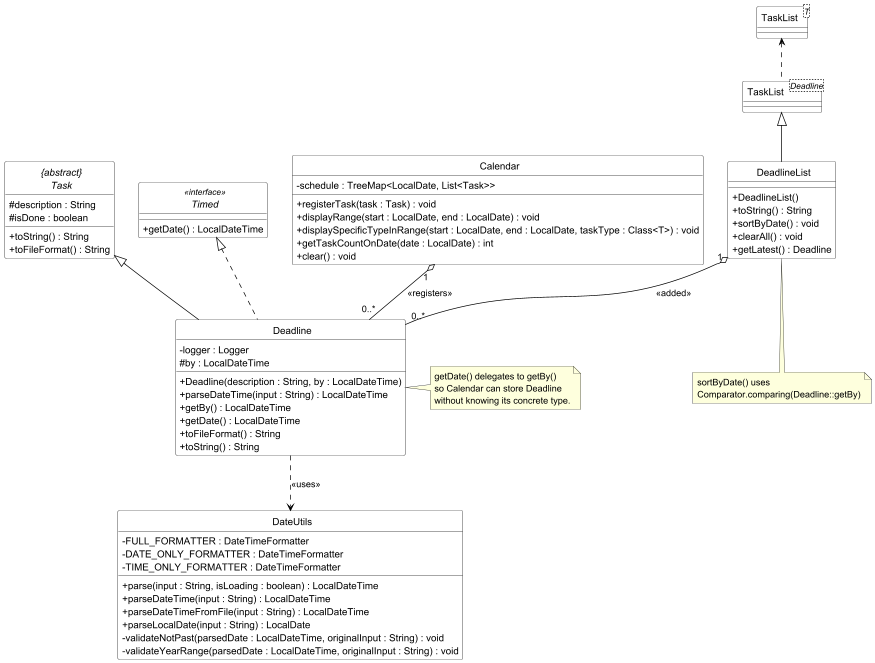
Above: docs/pictures/deadlineClassDiagram.png in WenJunYu5984/tp (PlantUML), before the change. Its diagram source:
```plantuml
@startuml DeadlineClassDiagram
skinparam classAttributeIconSize 0
skinparam CircledCharacterFontSize 0
skinparam CircledCharacterRadius 0
skinparam class {
    BackgroundColor White
    BorderColor Black
    ArrowColor Black
}

interface Timed <<interface>> {
    + getDate() : LocalDateTime
}

abstract class "{abstract}\nTask" as Task{
    # description : String
    # isDone : boolean
    + toString() : String
    + toFileFormat() : String
}

class Deadline {
    - logger : Logger
    # by : LocalDateTime
    + Deadline(description : String, by : LocalDateTime)
    + parseDateTime(input : String) : LocalDateTime
    + getBy() : LocalDateTime
    + getDate() : LocalDateTime
    + toFileFormat() : String
    + toString() : String
}

class DeadlineList {
    + DeadlineList()
    + toString() : String
    + sortByDate() : void
    + clearAll() : void
    + getLatest() : Deadline
}

class "TaskList<T>" as TaskListT {
}

class "TaskList<Deadline>" as TaskListDeadline {
}


class DateUtils {
    - FULL_FORMATTER : DateTimeFormatter
    - DATE_ONLY_FORMATTER : DateTimeFormatter
    - TIME_ONLY_FORMATTER : DateTimeFormatter
    + parse(input : String, isLoading : boolean) : LocalDateTime
    + parseDateTime(input : String) : LocalDateTime
    + parseDateTimeFromFile(input : String) : LocalDateTime
    + parseLocalDate(input : String) : LocalDate
    - validateNotPast(parsedDate : LocalDateTime, originalInput : String) : void
    - validateYearRange(parsedDate : LocalDateTime, originalInput : String) : void
}

class Calendar {
    - schedule : TreeMap<LocalDate, List<Task>>
    + registerTask(task : Task) : void
    + displayRange(start : LocalDate, end : LocalDate) : void
    + displaySpecificTypeInRange(start : LocalDate, end : LocalDate, taskType : Class<T>) : void
    + getTaskCountOnDate(date : LocalDate) : int
    + clear() : void
}

Task <|-- Deadline
Timed <|.. Deadline
TaskListT <.. TaskListDeadline
TaskListDeadline <|-- DeadlineList
DeadlineList "1" o-- "0..*" Deadline : <<added>>
Deadline ..> DateUtils : <<uses>>
Calendar "1" o-- "0..*" Deadline : <<registers>>

note right of Deadline
  getDate() delegates to getBy()
  so Calendar can store Deadline
  without knowing its concrete type.
end note

note bottom of DeadlineList
  sortByDate() uses
  Comparator.comparing(Deadline::getBy)
end note

@enduml
```
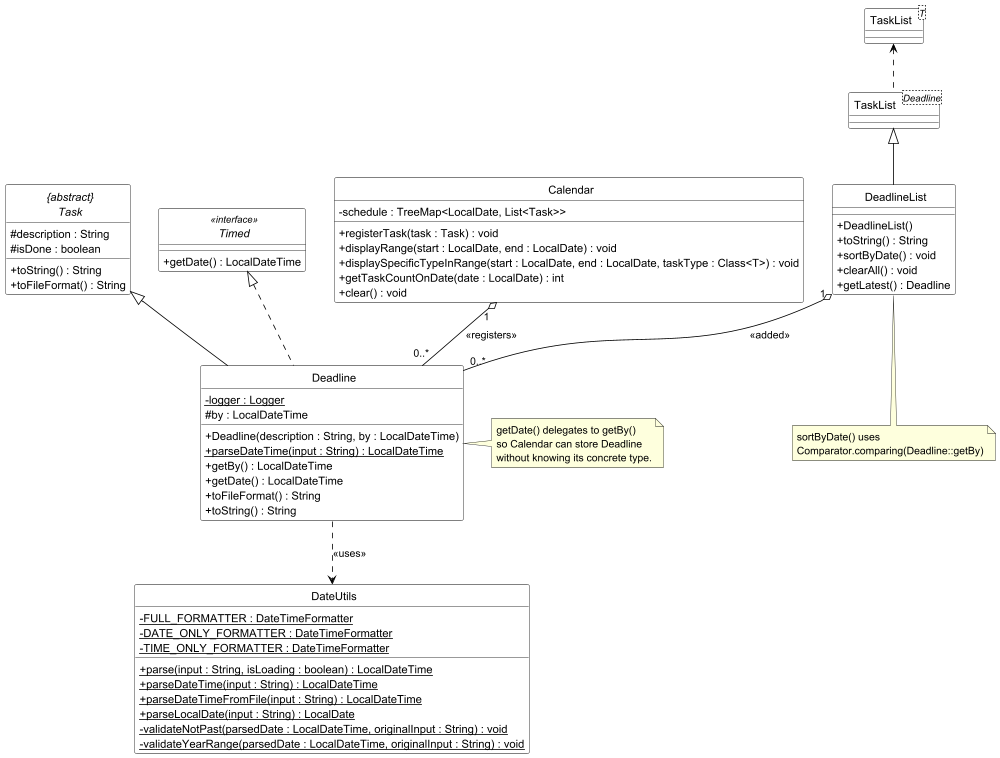
Above is the later version.

Commit message:
Updated uml for deadlineclass

What changed in the source:
```diff
@@ -20,10 +20,10 @@
 }
 
 class Deadline {
-    - logger : Logger
+    - logger : Logger {static}
     # by : LocalDateTime
     + Deadline(description : String, by : LocalDateTime)
-    + parseDateTime(input : String) : LocalDateTime
+    + parseDateTime(input : String) : LocalDateTime {static}
     + getBy() : LocalDateTime
     + getDate() : LocalDateTime
     + toFileFormat() : String
@@ -46,15 +46,15 @@
 
 
 class DateUtils {
-    - FULL_FORMATTER : DateTimeFormatter
-    - DATE_ONLY_FORMATTER : DateTimeFormatter
-    - TIME_ONLY_FORMATTER : DateTimeFormatter
-    + parse(input : String, isLoading : boolean) : LocalDateTime
-    + parseDateTime(input : String) : LocalDateTime
-    + parseDateTimeFromFile(input : String) : LocalDateTime
-    + parseLocalDate(input : String) : LocalDate
-    - validateNotPast(parsedDate : LocalDateTime, originalInput : String) : void
-    - validateYearRange(parsedDate : LocalDateTime, originalInput : String) : void
+    - FULL_FORMATTER : DateTimeFormatter {static}
+    - DATE_ONLY_FORMATTER : DateTimeFormatter {static}
+    - TIME_ONLY_FORMATTER : DateTimeFormatter {static}
+    + parse(input : String, isLoading : boolean) : LocalDateTime {static}
+    + parseDateTime(input : String) : LocalDateTime {static}
+    + parseDateTimeFromFile(input : String) : LocalDateTime {static}
+    + parseLocalDate(input : String) : LocalDate {static}
+    - validateNotPast(parsedDate : LocalDateTime, originalInput : String) : void {static}
+    - validateYearRange(parsedDate : LocalDateTime, originalInput : String) : void {static}
 }
 
 class Calendar {
```
